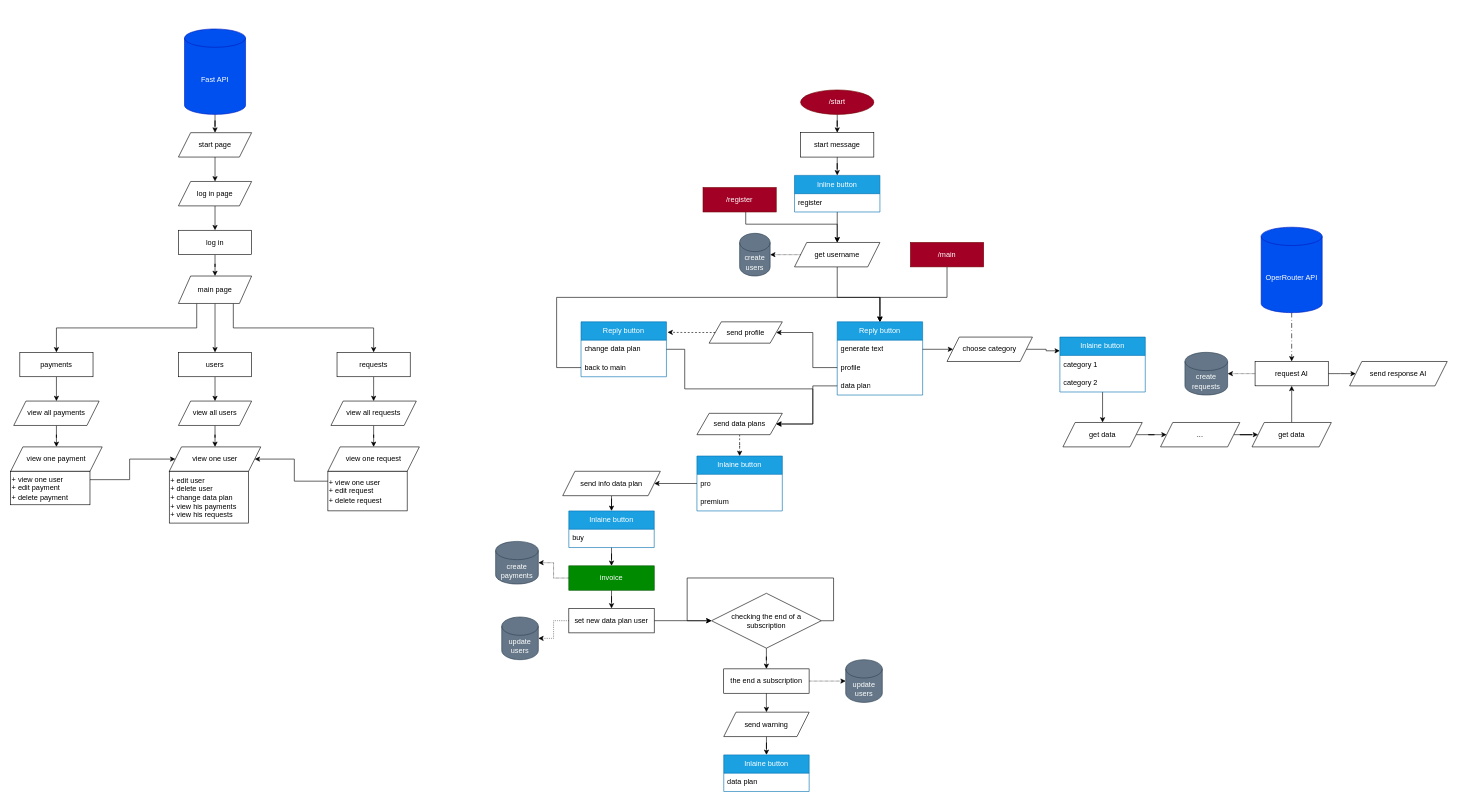
Above: plan.drawio in Qetzal-22/AvitoTextBot (draw.io), before the change. Source tidied: cells renumbered, new cells numbered last; positions are measured from the earlier drawing's top-left corner, leaving out a move shared by most shapes. Both pictures are drawn from the tidied source at 61%, with x=0, y=0 at pixel (10, 29).
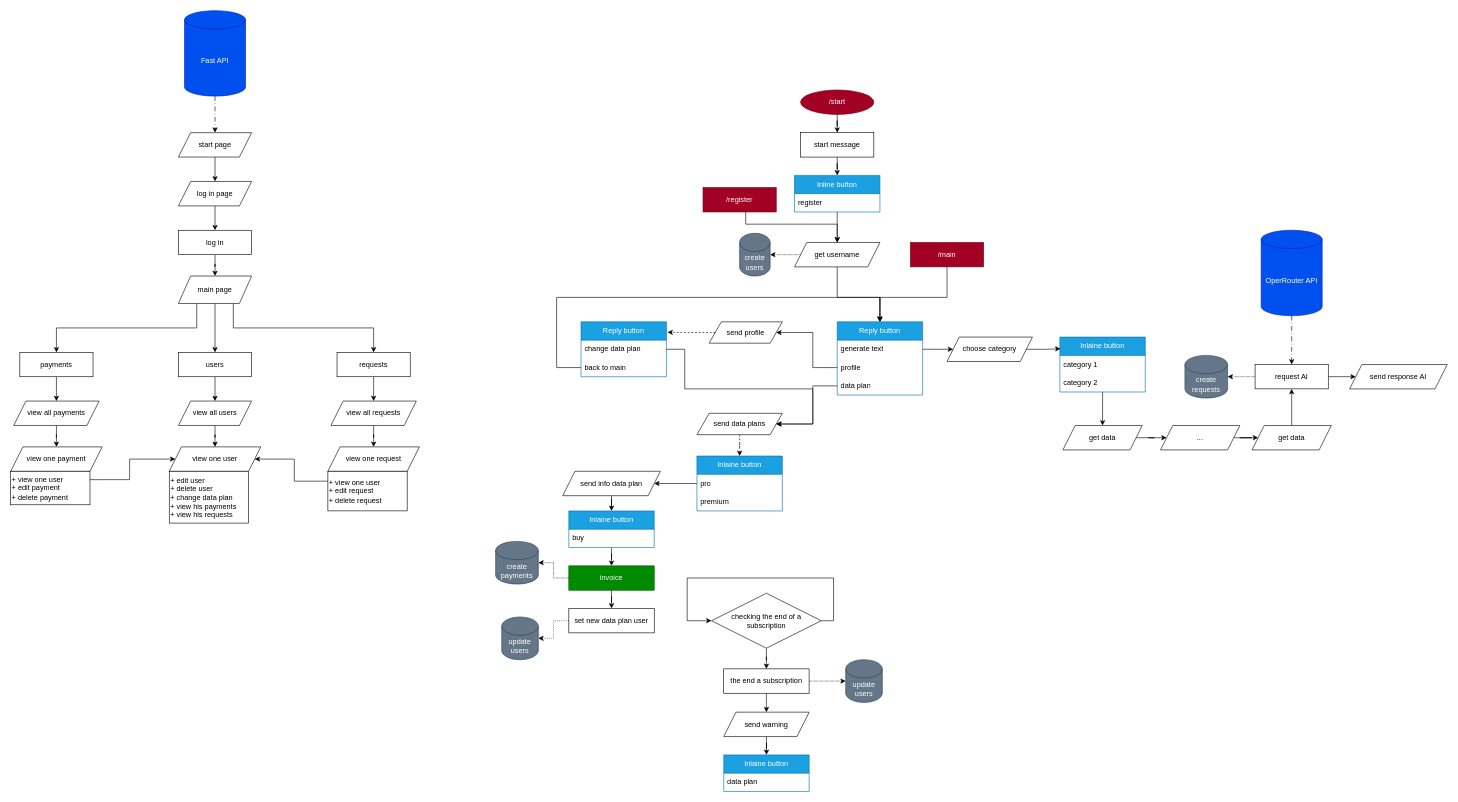
The same diagram, later.

Commit message:
fix: incorrect connections have been changed

Unchanged cells that the change refers to:
```xml
<mxCell id="59" value="set new data plan user" style="rounded=0;whiteSpace=wrap;html=1;" parent="1" vertex="1">
  <mxGeometry x="915" y="950" width="140" height="40" as="geometry" />
</mxCell>
<mxCell id="62" value="checking the end of a subscription" style="rhombus;whiteSpace=wrap;html=1;" parent="1" vertex="1">
  <mxGeometry x="1148.9" y="925.1" width="180" height="90" as="geometry" />
</mxCell>
<mxCell id="76" value="start page" style="shape=parallelogram;perimeter=parallelogramPerimeter;whiteSpace=wrap;html=1;fixedSize=1;" parent="1" vertex="1">
  <mxGeometry x="275" y="170" width="120" height="40" as="geometry" />
</mxCell>
<mxCell id="106" value="choose category" style="shape=parallelogram;perimeter=parallelogramPerimeter;whiteSpace=wrap;html=1;fixedSize=1;" parent="1" vertex="1">
  <mxGeometry x="1535" y="505.1" width="140" height="40" as="geometry" />
</mxCell>
<mxCell id="108" value="Inlaine button" style="swimlane;fontStyle=0;horizontal=1;startSize=30;whiteSpace=wrap;html=1;fillColor=#1ba1e2;fontColor=#ffffff;strokeColor=#006EAF;" parent="1" vertex="1">
  <mxGeometry x="1720" y="505.1" width="140" height="90" as="geometry" />
</mxCell>
```

Change to the diagram source:
```diff
@@
     <mxCell id="13" value="get data" style="shape=parallelogram;perimeter=parallelogramPerimeter;whiteSpace=wrap;html=1;fixedSize=1;" parent="1" vertex="1">
-      <mxGeometry x="1725" y="645.1" width="130" height="40" as="geometry" />
+      <mxGeometry x="1725" y="650.1" width="130" height="40" as="geometry" />
     </mxCell>
@@
     <mxCell id="15" value="..." style="shape=parallelogram;perimeter=parallelogramPerimeter;whiteSpace=wrap;html=1;fixedSize=1;" parent="1" vertex="1">
-      <mxGeometry x="1885" y="645.1" width="130" height="40" as="geometry" />
+      <mxGeometry x="1885" y="650.1" width="130" height="40" as="geometry" />
     </mxCell>
@@
     <mxCell id="17" value="get data" style="shape=parallelogram;perimeter=parallelogramPerimeter;whiteSpace=wrap;html=1;fixedSize=1;" parent="1" vertex="1">
-      <mxGeometry x="2035" y="645.1" width="130" height="40" as="geometry" />
+      <mxGeometry x="2035" y="650.1" width="130" height="40" as="geometry" />
     </mxCell>
@@
     <mxCell id="19" value="request AI" style="rounded=0;whiteSpace=wrap;html=1;" parent="1" vertex="1">
-      <mxGeometry x="2040" y="545" width="120" height="40" as="geometry" />
+      <mxGeometry x="2040" y="550" width="120" height="40" as="geometry" />
     </mxCell>
     <mxCell id="20" value="send response AI" style="shape=parallelogram;perimeter=parallelogramPerimeter;whiteSpace=wrap;html=1;fixedSize=1;" parent="1" vertex="1">
-      <mxGeometry x="2195" y="545.1" width="160" height="40" as="geometry" />
+      <mxGeometry x="2195" y="550.1" width="160" height="40" as="geometry" />
     </mxCell>
@@
     <mxCell id="22" value="OperRouter API" style="shape=cylinder3;whiteSpace=wrap;html=1;boundedLbl=1;backgroundOutline=1;size=15;fillColor=#0050ef;fontColor=#ffffff;strokeColor=#001DBC;" parent="1" vertex="1">
-      <mxGeometry x="2050" y="325" width="100" height="140" as="geometry" />
+      <mxGeometry x="2050" y="330" width="100" height="140" as="geometry" />
     </mxCell>
@@
-    <mxCell id="51" style="edgeStyle=orthogonalEdgeStyle;rounded=0;jettySize=auto;html=1;entryX=0;entryY=0.5;entryDx=0;entryDy=0;exitX=1;exitY=0.5;exitDx=0;exitDy=0;" parent="1" edge="1" source="59" target="62">
-      <mxGeometry relative="1" as="geometry" />
-    </mxCell>
@@
     <mxCell id="55" value="create requests" style="shape=cylinder3;whiteSpace=wrap;html=1;boundedLbl=1;backgroundOutline=1;size=15;fillColor=#647687;fontColor=#ffffff;strokeColor=#314354;" parent="1" vertex="1">
-      <mxGeometry x="1925" y="530.1" width="70" height="70" as="geometry" />
+      <mxGeometry x="1925" y="535.1" width="70" height="70" as="geometry" />
     </mxCell>
@@
-    <mxCell id="71" style="edgeStyle=orthogonalEdgeStyle;rounded=0;jettySize=auto;html=1;entryX=0.5;entryY=0;entryDx=0;entryDy=0;" parent="1" edge="1" source="72" target="76">
+    <mxCell id="71" style="edgeStyle=orthogonalEdgeStyle;rounded=0;jettySize=auto;html=1;entryX=0.5;entryY=0;entryDx=0;entryDy=0;dashed=1;dashPattern=8 4 1 4;" parent="1" edge="1" source="72" target="76">
       <mxGeometry relative="1" as="geometry" />
     </mxCell>
     <mxCell id="72" value="&lt;font style=&quot;color: rgb(255, 255, 255);&quot;&gt;Fast API&lt;/font&gt;" style="shape=cylinder3;whiteSpace=wrap;html=1;boundedLbl=1;backgroundOutline=1;size=15;fillColor=#0050ef;fontColor=#ffffff;strokeColor=#001DBC;" parent="1" vertex="1">
-      <mxGeometry x="285" width="100" height="140" as="geometry" />
+      <mxGeometry x="285" y="-30" width="100" height="140" as="geometry" />
     </mxCell>
@@
-    <mxCell id="105" style="edgeStyle=orthogonalEdgeStyle;rounded=0;jettySize=auto;html=1;entryX=0;entryY=0.25;entryDx=0;entryDy=0;" parent="1" edge="1" source="106" target="108">
-      <mxGeometry relative="1" as="geometry" />
-    </mxCell>
@@
+    <mxCell id="105" style="edgeStyle=orthogonalEdgeStyle;rounded=0;jettySize=auto;html=1;entryX=0.007;entryY=0.212;entryDx=0;entryDy=0;entryPerimeter=0;" parent="1" edge="1" source="106" target="108">
+      <mxGeometry relative="1" as="geometry" />
+    </mxCell>
```
